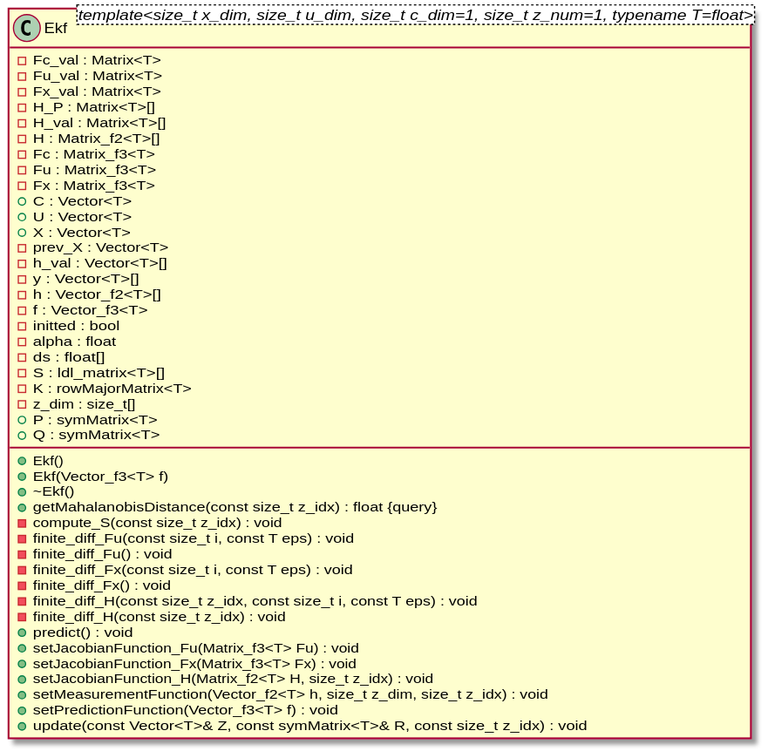
Earlier version of the PlantUML export lib/ESP32AlgebraFilters/docs/classDiagram.svg (robinAZERTY/ESP32Algebra). The source it was exported from:
```plantuml
@startuml






class Ekf <template<size_t x_dim, size_t u_dim, size_t c_dim=1, size_t z_num=1, typename T=float>> {
	+Ekf()
	+Ekf(Vector_f3<T> f)
	+~Ekf()
	-Fc_val : Matrix<T>
	-Fu_val : Matrix<T>
	-Fx_val : Matrix<T>
	-H_P : Matrix<T>[]
	-H_val : Matrix<T>[]
	-H : Matrix_f2<T>[]
	-Fc : Matrix_f3<T>
	-Fu : Matrix_f3<T>
	-Fx : Matrix_f3<T>
	+C : Vector<T>
	+U : Vector<T>
	+X : Vector<T>
	-prev_X : Vector<T>
	-h_val : Vector<T>[]
	-y : Vector<T>[]
	-h : Vector_f2<T>[]
	-f : Vector_f3<T>
	-initted : bool
	-alpha : float
	+getMahalanobisDistance(const size_t z_idx) : float {query}
	-ds : float[]
	-S : ldl_matrix<T>[]
	-K : rowMajorMatrix<T>
	-z_dim : size_t[]
	+P : symMatrix<T>
	+Q : symMatrix<T>
	-compute_S(const size_t z_idx) : void
	-finite_diff_Fu(const size_t i, const T eps) : void
	-finite_diff_Fu() : void
	-finite_diff_Fx(const size_t i, const T eps) : void
	-finite_diff_Fx() : void
	-finite_diff_H(const size_t z_idx, const size_t i, const T eps) : void
	-finite_diff_H(const size_t z_idx) : void
	+predict() : void
	+setJacobianFunction_Fu(Matrix_f3<T> Fu) : void
	+setJacobianFunction_Fx(Matrix_f3<T> Fx) : void
	+setJacobianFunction_H(Matrix_f2<T> H, size_t z_idx) : void
	+setMeasurementFunction(Vector_f2<T> h, size_t z_dim, size_t z_idx) : void
	+setPredictionFunction(Vector_f3<T> f) : void
	+update(const Vector<T>& Z, const symMatrix<T>& R, const size_t z_idx) : void
}

















@enduml
```
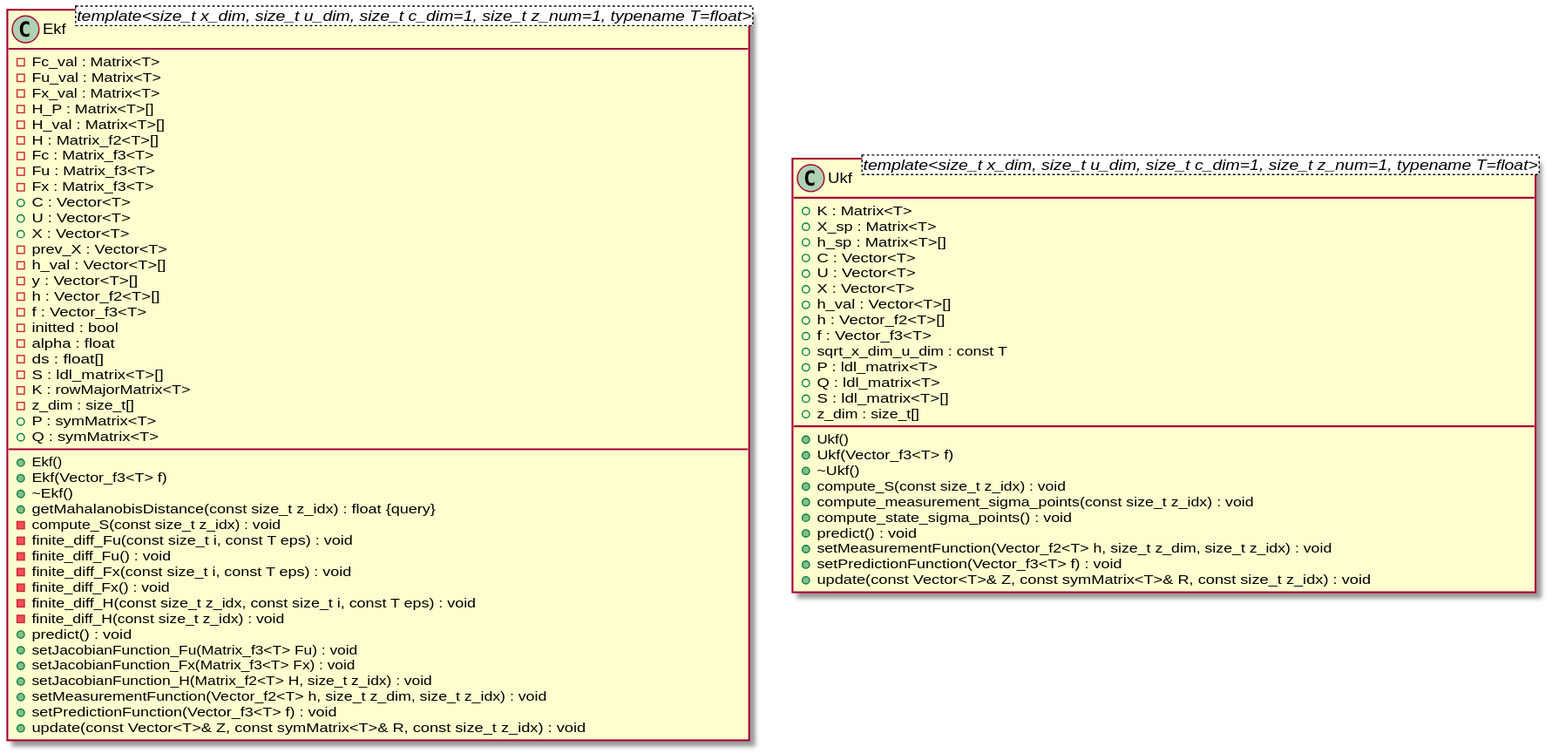
Above is the later version.

Commit message:
Updated UML diagram

Change to the diagram source:
```diff
@@ -52,6 +52,34 @@
 }
 
 
+class Ukf <template<size_t x_dim, size_t u_dim, size_t c_dim=1, size_t z_num=1, typename T=float>> {
+	+Ukf()
+	+Ukf(Vector_f3<T> f)
+	+~Ukf()
+	+K : Matrix<T>
+	+X_sp : Matrix<T>
+	+h_sp : Matrix<T>[]
+	+C : Vector<T>
+	+U : Vector<T>
+	+X : Vector<T>
+	+h_val : Vector<T>[]
+	+h : Vector_f2<T>[]
+	+f : Vector_f3<T>
+	+sqrt_x_dim_u_dim : const T
+	+P : ldl_matrix<T>
+	+Q : ldl_matrix<T>
+	+S : ldl_matrix<T>[]
+	+z_dim : size_t[]
+	+compute_S(const size_t z_idx) : void
+	+compute_measurement_sigma_points(const size_t z_idx) : void
+	+compute_state_sigma_points() : void
+	+predict() : void
+	+setMeasurementFunction(Vector_f2<T> h, size_t z_dim, size_t z_idx) : void
+	+setPredictionFunction(Vector_f3<T> f) : void
+	+update(const Vector<T>& Z, const symMatrix<T>& R, const size_t z_idx) : void
+}
+
+
 
 
 
```
